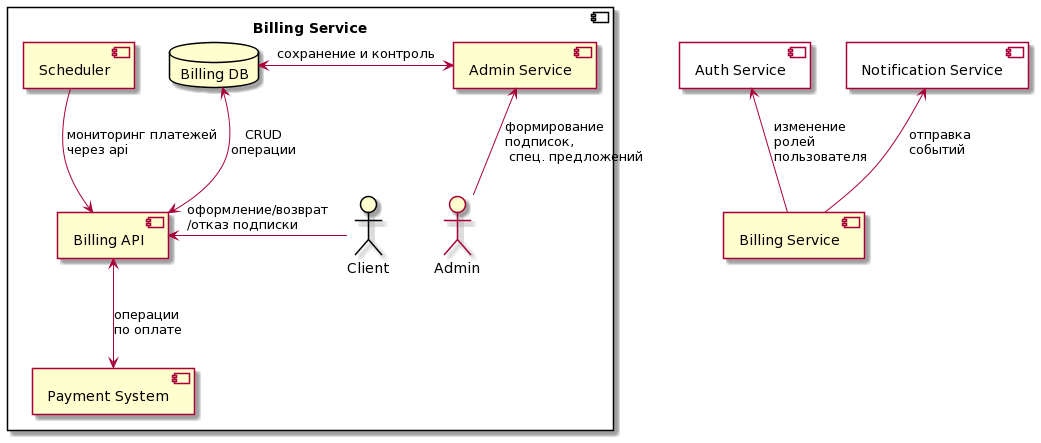
Before: architecture/billing_uml.png, a diagram exported from PlantUML (Ivan-Terex91/graduate_work). Its diagram source:
```plantuml
@startuml
component "Billing Service" {
component "Payment System" as payment
component "Billing API" as API
component "Scheduler" as Scheduler
component "Admin Service" as AdminService
database "Billing DB" as db
actor Client #line:black
actor Admin
}

component "Auth Service" as auth #White
component "Notification Service" as notification #White

Admin -up-> AdminService: формирование\lподписок,\l спец. предложений
AdminService <-left-> db: сохранение и контроль
db <-down-> API: CRUD\nоперации
Scheduler -down-> API: мониторинг платежей\lчерез api
auth <-down- [Billing Service] : изменение\lролей\lпользователя
notification <-down- [Billing Service] : отправка\lсобытий
Client -left-> API: оформление/возврат\l/отказ подписки
payment <-up-> API: операции\lпо оплате
@enduml
```
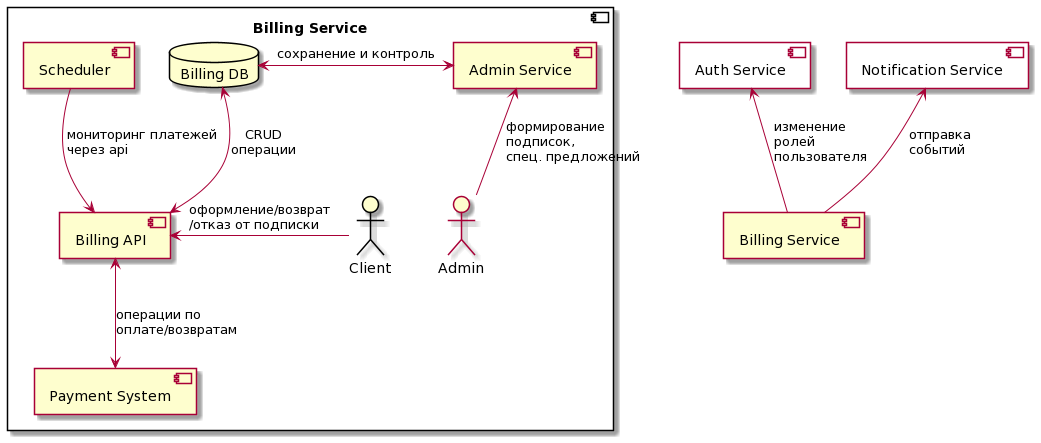
After the commit.

The edit, as a diff of the source:
```diff
@@ -12,12 +12,12 @@
 component "Auth Service" as auth #White
 component "Notification Service" as notification #White
 
-Admin -up-> AdminService: формирование\lподписок,\l спец. предложений
+Admin -up-> AdminService: формирование\lподписок,\lспец. предложений
 AdminService <-left-> db: сохранение и контроль
 db <-down-> API: CRUD\nоперации
 Scheduler -down-> API: мониторинг платежей\lчерез api
 auth <-down- [Billing Service] : изменение\lролей\lпользователя
 notification <-down- [Billing Service] : отправка\lсобытий
-Client -left-> API: оформление/возврат\l/отказ подписки
-payment <-up-> API: операции\lпо оплате
+Client -left-> API: оформление/возврат\l/отказ от подписки
+payment <-up-> API: операции по\lоплате/возвратам
 @enduml
```
